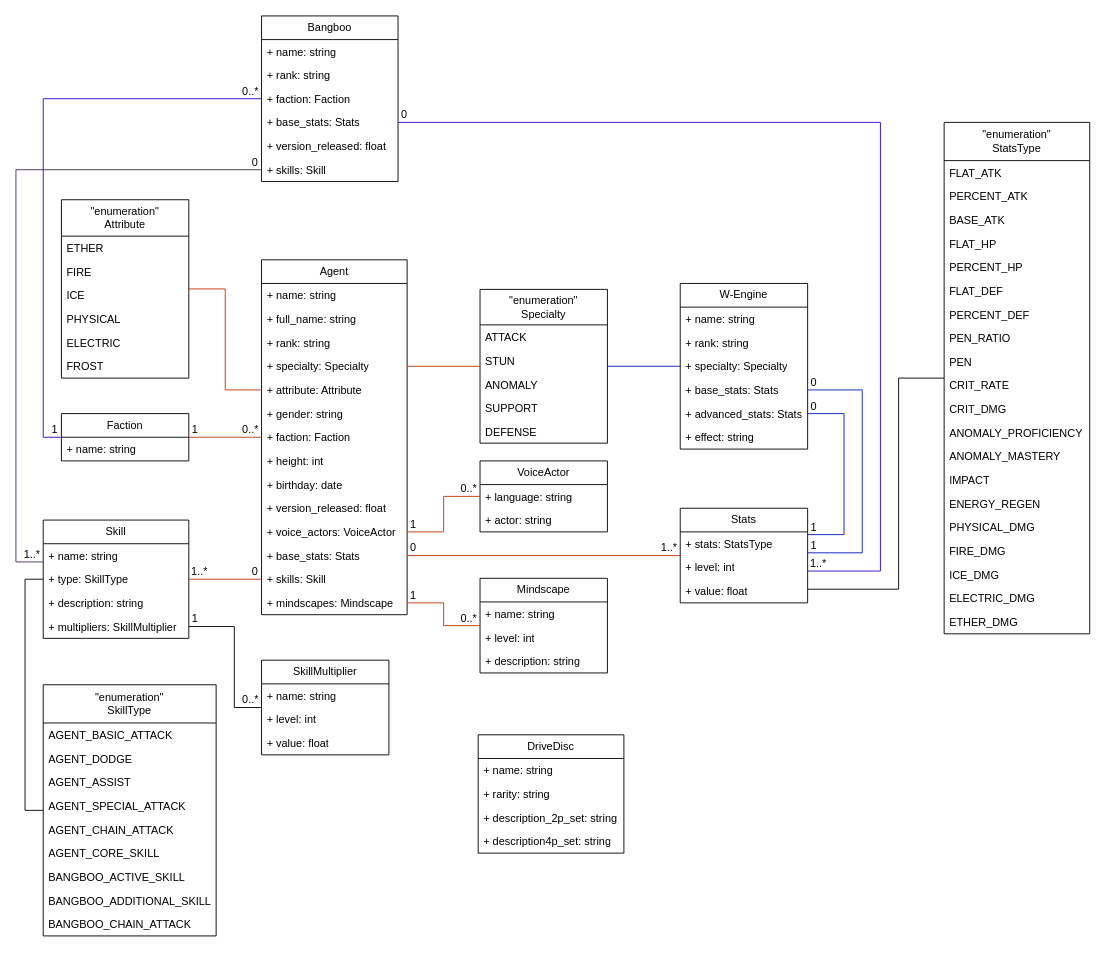
This is assets/class_diagram.drawio from GaruXer/api.zenless-zone-zero, a draw.io file, before an edit. Source tidied: cells renumbered, new cells numbered last; positions are measured from the earlier drawing's top-left corner, leaving out a move shared by most shapes. Both pictures are drawn from the tidied source at 91%, with x=0, y=0 at pixel (15, 15).
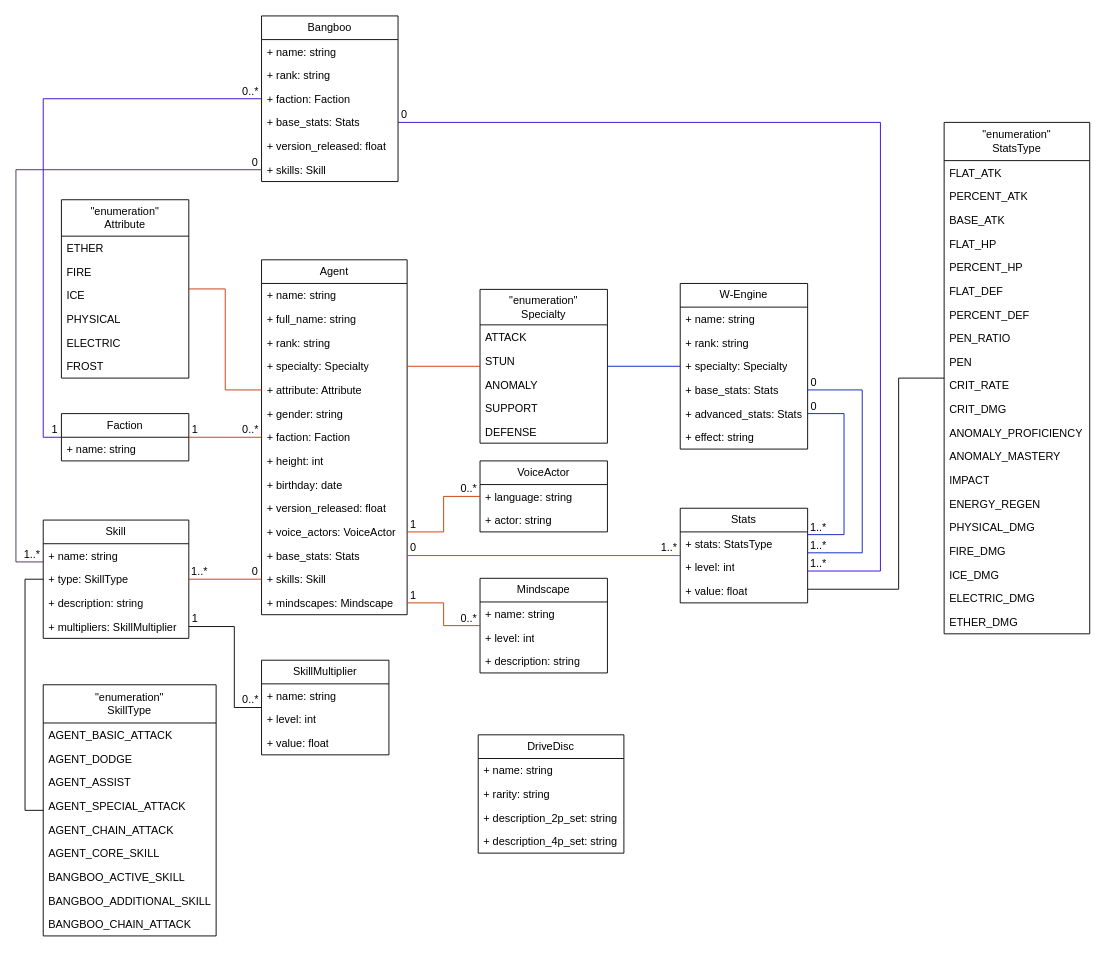
After the change.

The change refers to these unchanged cells:
```xml
<mxCell id="31" value="DriveDisc" style="swimlane;fontStyle=0;horizontal=1;startSize=26;fillColor=none;whiteSpace=wrap;html=1;" parent="1" vertex="1">
  <mxGeometry x="508" y="790" width="160.1" height="130" as="geometry" />
</mxCell>
```

What changed in the source:
```diff
@@
-    <mxCell id="35" value="+ description4p_set: string" style="text;strokeColor=none;fillColor=none;align=left;verticalAlign=top;spacingLeft=4;spacingRight=4;overflow=hidden;whiteSpace=wrap;html=1;" parent="31" vertex="1">
+    <mxCell id="35" value="+ description_4p_set: string" style="text;strokeColor=none;fillColor=none;align=left;verticalAlign=top;spacingLeft=4;spacingRight=4;overflow=hidden;whiteSpace=wrap;html=1;" parent="31" vertex="1">
       <mxGeometry y="104" width="160.1" height="26" as="geometry" />
     </mxCell>
@@
-    <mxCell id="93" value="1" style="text;html=1;align=center;verticalAlign=middle;whiteSpace=wrap;rounded=0;" parent="1" vertex="1">
-      <mxGeometry x="872" y="577" width="10" height="10" as="geometry" />
-    </mxCell>
-    <mxCell id="94" value="1" style="text;html=1;align=center;verticalAlign=middle;whiteSpace=wrap;rounded=0;" parent="1" vertex="1">
-      <mxGeometry x="872" y="557" width="10" height="10" as="geometry" />
-    </mxCell>
@@
+    <mxCell id="140" value="1..*" style="text;html=1;align=center;verticalAlign=middle;whiteSpace=wrap;rounded=0;" parent="1" vertex="1">
+      <mxGeometry x="872" y="577" width="20" height="10" as="geometry" />
+    </mxCell>
+    <mxCell id="141" value="1..*" style="text;html=1;align=center;verticalAlign=middle;whiteSpace=wrap;rounded=0;" parent="1" vertex="1">
+      <mxGeometry x="872" y="557" width="20" height="10" as="geometry" />
+    </mxCell>
```
